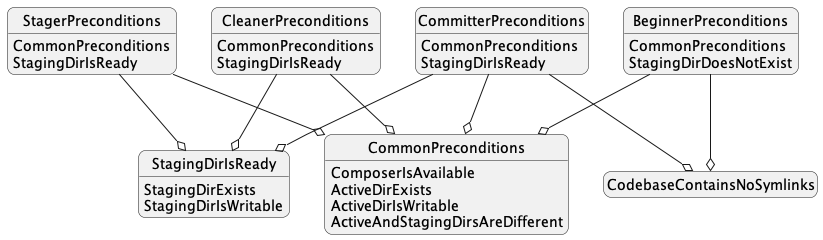
Above: src/Domain/Service/Precondition/resources/hierarchy.png in php-tuf/composer-stager (PlantUML), before the change. Its source is kept beside it as src/Domain/Service/Precondition/resources/hierarchy.puml.
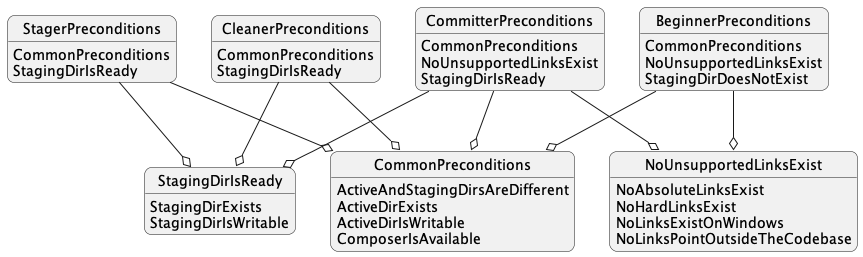
The same diagram one commit later.

Commit message:
Update preconditions hierarchy diagram.

Diff of the diagram source:
```diff
@@ -10,10 +10,11 @@
 
 class BeginnerPreconditions {
     CommonPreconditions
+    NoUnsupportedLinksExist
     StagingDirDoesNotExist
 }
 BeginnerPreconditions --o CommonPreconditions
-BeginnerPreconditions --o CodebaseContainsNoSymlinks
+BeginnerPreconditions --o NoUnsupportedLinksExist
 
 class StagerPreconditions {
     CommonPreconditions
@@ -24,11 +25,12 @@
 
 class CommitterPreconditions {
     CommonPreconditions
+    NoUnsupportedLinksExist
     StagingDirIsReady
 }
 CommitterPreconditions --o CommonPreconditions
+CommitterPreconditions --o NoUnsupportedLinksExist
 CommitterPreconditions --o StagingDirIsReady
-CommitterPreconditions --o CodebaseContainsNoSymlinks
 
 class CleanerPreconditions {
     CommonPreconditions
@@ -38,10 +40,10 @@
 CleanerPreconditions --o StagingDirIsReady
 
 class CommonPreconditions {
-    ComposerIsAvailable
+    ActiveAndStagingDirsAreDifferent
     ActiveDirExists
     ActiveDirIsWritable
-    ActiveAndStagingDirsAreDifferent
+    ComposerIsAvailable
 }
 
 class StagingDirIsReady {
@@ -49,6 +51,11 @@
     StagingDirIsWritable
 }
 
-class CodebaseContainsNoSymlinks
+class NoUnsupportedLinksExist {
+    NoAbsoluteLinksExist
+    NoHardLinksExist
+    NoLinksExistOnWindows
+    NoLinksPointOutsideTheCodebase
+}
 
 @enduml
```
